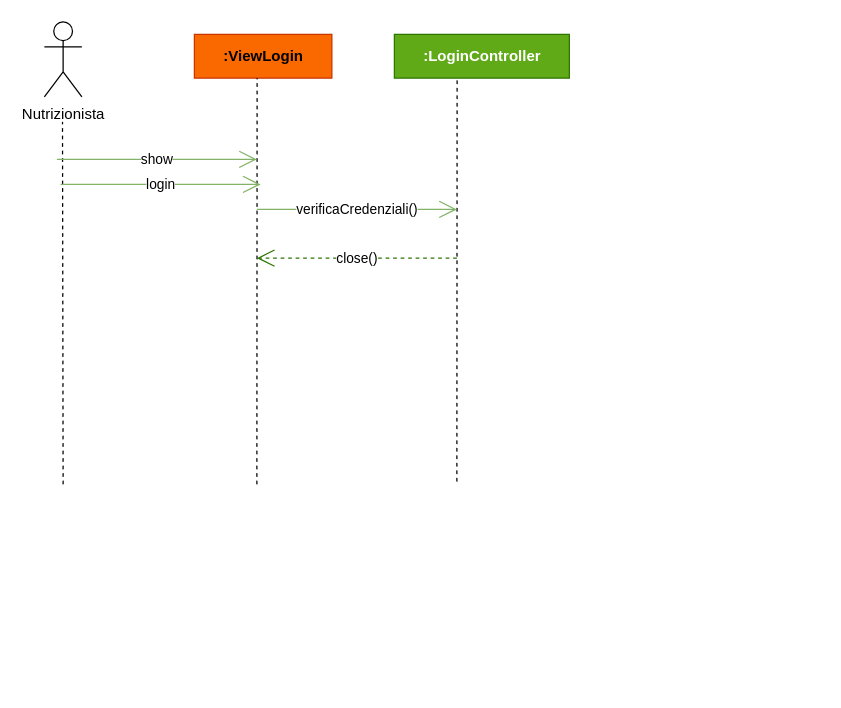
DeborohNoah/IngSoft keeps this draw.io diagram as Interazioni/interazioneLogin.drawio. Above is the earlier version. Source tidied: cells renumbered, new cells numbered last; positions are measured from the earlier drawing's top-left corner, leaving out a move shared by most shapes. Both pictures are drawn from the tidied source at 125%, with x=0, y=0 at pixel (44, 21).
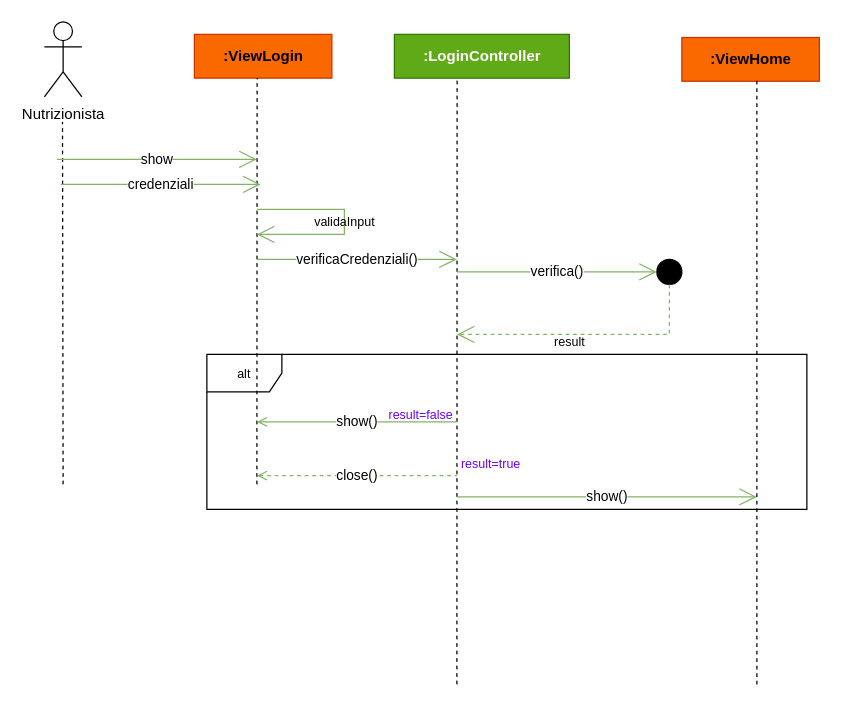
After the change.

Diff of the diagram source:
```diff
@@
+    <mxCell id="12" value="alt" style="shape=umlFrame;whiteSpace=wrap;html=1;fontSize=10;fillColor=none;" parent="1" vertex="1">
+      <mxGeometry x="130" y="266" width="480" height="124" as="geometry" />
+    </mxCell>
@@
-    <mxCell id="7" value="login" style="endArrow=open;endSize=12;html=1;rounded=0;fillColor=#d5e8d4;gradientColor=#97d077;strokeColor=#82b366;" parent="1" edge="1">
+    <mxCell id="7" value="credenziali" style="endArrow=open;endSize=12;html=1;rounded=0;fillColor=#d5e8d4;gradientColor=#97d077;strokeColor=#82b366;" parent="1" edge="1">
       <mxGeometry relative="1" as="geometry">
         <mxPoint x="13" y="130" as="sourcePoint" />
         <mxPoint x="173" y="130" as="targetPoint" />
       </mxGeometry>
     </mxCell>
@@
     <mxCell id="9" style="endArrow=none;html=1;rounded=0;dashed=1;" parent="1" edge="1">
       <mxGeometry relative="1" as="geometry">
-        <mxPoint x="330" y="367.8" as="sourcePoint" />
+        <mxPoint x="330" y="530" as="sourcePoint" />
         <mxPoint x="330.2" y="45" as="targetPoint" />
       </mxGeometry>
     </mxCell>
     <mxCell id="10" value="verificaCredenziali()" style="endArrow=open;endSize=12;html=1;rounded=0;fillColor=#d5e8d4;gradientColor=#97d077;strokeColor=#82b366;" parent="1" edge="1">
       <mxGeometry relative="1" as="geometry">
-        <mxPoint x="170" y="150" as="sourcePoint" />
-        <mxPoint x="330" y="150" as="targetPoint" />
+        <mxPoint x="170" y="190" as="sourcePoint" />
+        <mxPoint x="330" y="190" as="targetPoint" />
       </mxGeometry>
     </mxCell>
+    <mxCell id="13" style="endArrow=open;endFill=0;endSize=12;html=1;rounded=0;fillColor=#60a917;strokeColor=#82B366;" parent="1" edge="1">
+      <mxGeometry relative="1" as="geometry">
+        <mxPoint x="170" y="150" as="sourcePoint" />
+        <mxPoint x="170" y="170" as="targetPoint" />
+        <Array as="points">
+          <mxPoint x="240" y="150" />
+          <mxPoint x="240" y="170" />
+        </Array>
+      </mxGeometry>
+    </mxCell>
+    <mxCell id="14" value="&lt;font style=&quot;font-size: 10px;&quot;&gt;validaInput&lt;/font&gt;" style="text;html=1;align=center;verticalAlign=middle;strokeColor=none;fillColor=none;" parent="1" vertex="1">
+      <mxGeometry x="210" y="150" width="60" height="20" as="geometry" />
+    </mxCell>
+    <mxCell id="15" value="verifica()" style="endArrow=open;endSize=12;html=1;rounded=0;fillColor=#d5e8d4;gradientColor=#97d077;strokeColor=#82b366;" parent="1" edge="1">
+      <mxGeometry relative="1" as="geometry">
+        <mxPoint x="330" y="200" as="sourcePoint" />
+        <mxPoint x="490" y="200" as="targetPoint" />
+      </mxGeometry>
+    </mxCell>
+    <mxCell id="16" style="ellipse;whiteSpace=wrap;html=1;fontSize=10;fillColor=#000000;" parent="1" vertex="1">
+      <mxGeometry x="490" y="190" width="20" height="20" as="geometry" />
+    </mxCell>
+    <mxCell id="17" style="endArrow=open;endFill=0;endSize=12;html=1;rounded=0;fillColor=#60a917;strokeColor=#82B366;exitX=0.5;exitY=1;exitDx=0;exitDy=0;dashed=1;" parent="1" edge="1" source="16">
+      <mxGeometry relative="1" as="geometry">
+        <mxPoint x="330" y="250" as="targetPoint" />
+        <Array as="points">
+          <mxPoint x="500" y="230" />
+          <mxPoint x="500" y="250" />
+        </Array>
+      </mxGeometry>
+    </mxCell>
+    <mxCell id="18" value="result" style="text;html=1;align=center;verticalAlign=middle;strokeColor=none;fillColor=none;fontSize=10;" parent="1" vertex="1">
+      <mxGeometry x="400" y="246" width="40" height="20" as="geometry" />
+    </mxCell>
+    <mxCell id="19" value="show()" style="endArrow=none;endSize=12;html=1;rounded=0;fillColor=#d5e8d4;gradientColor=#97d077;strokeColor=#82b366;endFill=0;startArrow=open;startFill=0;" parent="1" edge="1">
+      <mxGeometry relative="1" as="geometry">
+        <mxPoint x="170" y="320" as="sourcePoint" />
+        <mxPoint x="330" y="320" as="targetPoint" />
+      </mxGeometry>
+    </mxCell>
+    <mxCell id="20" value="&lt;font color=&quot;#6a00ff&quot;&gt;result=false&lt;/font&gt;" style="text;html=1;align=center;verticalAlign=middle;strokeColor=none;fillColor=none;fontSize=10;" parent="1" vertex="1">
+      <mxGeometry x="266" y="304" width="70" height="20" as="geometry" />
+    </mxCell>
+    <mxCell id="21" value="show()" style="endArrow=open;endSize=12;html=1;rounded=0;fillColor=#d5e8d4;gradientColor=#97d077;strokeColor=#82b366;" parent="1" edge="1">
+      <mxGeometry relative="1" as="geometry">
+        <mxPoint x="330" y="380" as="sourcePoint" />
+        <mxPoint x="570" y="380" as="targetPoint" />
+      </mxGeometry>
+    </mxCell>
+    <mxCell id="22" value="result=true" style="text;html=1;align=center;verticalAlign=middle;strokeColor=none;fillColor=none;fontSize=10;fontColor=#6A00FF;" parent="1" vertex="1">
+      <mxGeometry x="327" y="343" width="60" height="20" as="geometry" />
+    </mxCell>
+    <mxCell id="23" value="&lt;b&gt;:ViewHome&lt;/b&gt;" style="html=1;fillColor=#fa6800;fontColor=#000000;strokeColor=#C73500;" parent="1" vertex="1">
+      <mxGeometry x="510" y="12.5" width="110" height="35" as="geometry" />
+    </mxCell>
+    <mxCell id="24" style="endArrow=none;html=1;rounded=0;dashed=1;" parent="1" edge="1">
+      <mxGeometry relative="1" as="geometry">
+        <mxPoint x="570" y="530" as="sourcePoint" />
+        <mxPoint x="570" y="45" as="targetPoint" />
+      </mxGeometry>
+    </mxCell>
-    <mxCell id="11" value="close()" style="endArrow=open;endFill=1;endSize=12;html=1;rounded=0;fillColor=#60a917;strokeColor=#2D7600;dashed=1;" parent="1" edge="1">
+    <mxCell id="11" value="close()" style="endArrow=none;endSize=12;html=1;rounded=0;fillColor=#d5e8d4;gradientColor=#97d077;strokeColor=#82b366;endFill=0;startArrow=open;startFill=0;dashed=1;" parent="1" edge="1">
       <mxGeometry relative="1" as="geometry">
-        <mxPoint x="330" y="189" as="sourcePoint" />
-        <mxPoint x="170" y="189" as="targetPoint" />
+        <mxPoint x="170" y="363" as="sourcePoint" />
+        <mxPoint x="330" y="363" as="targetPoint" />
       </mxGeometry>
     </mxCell>
```
